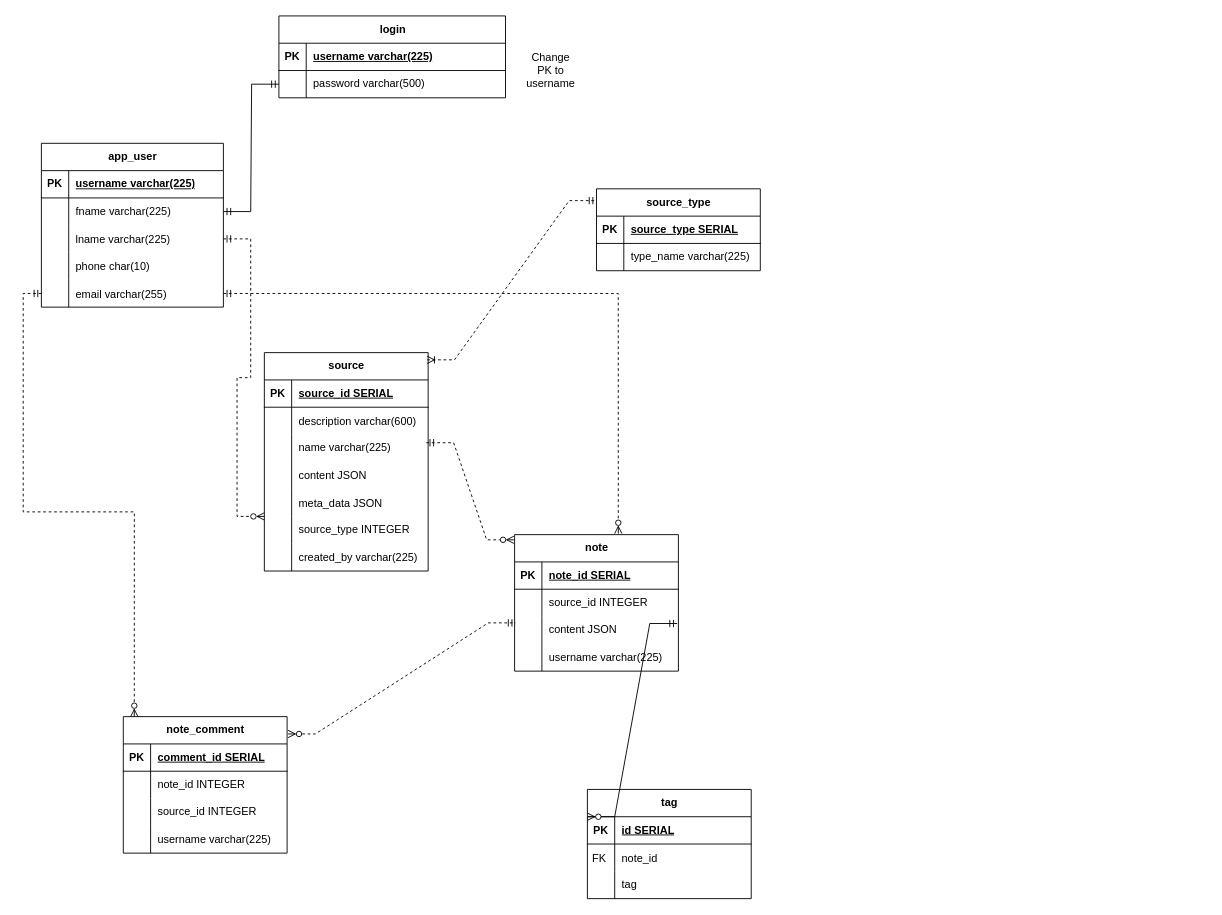
Earlier version of the draw.io diagram documentation/db_ER_diagram/CapstoneDB.drawio (Cwill124/Group3Spring2024Capstone). Source tidied: cells renumbered, new cells numbered last; positions are measured from the earlier drawing's top-left corner, leaving out a move shared by most shapes. Both pictures are drawn from the tidied source at 91%, with x=0, y=0 at pixel (41, 15).
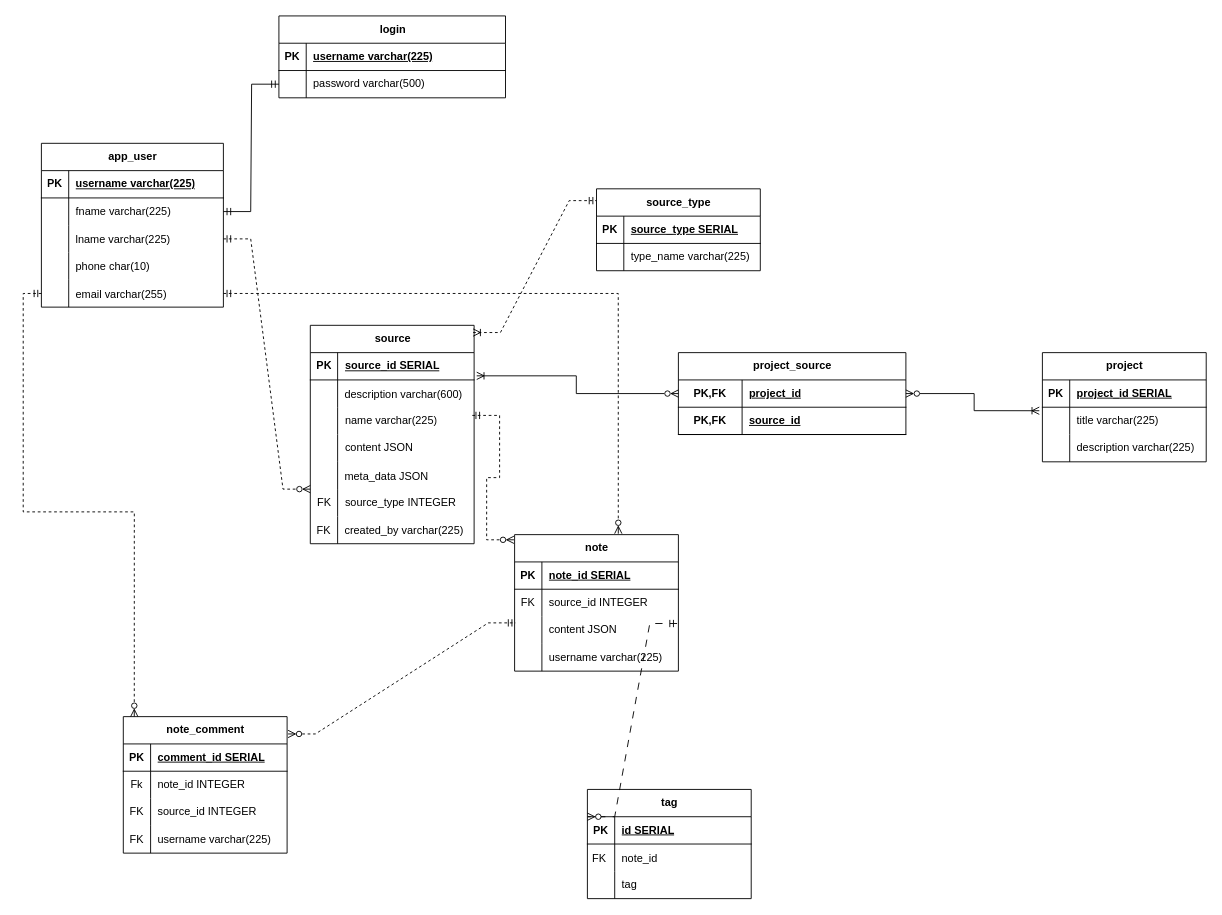
Above is the later version.

Commit message:
updated the ERD diagram

updated the ERD diagram to include a new project table and project_source table to allow the user story to create projects and export them

-Corey Williams

The change refers to these unchanged cells:
```xml
<mxCell id="29" style="shape=tableRow;horizontal=0;startSize=0;swimlaneHead=0;swimlaneBody=0;fillColor=none;points=[[0,0.5],[1,0.5]];portConstraint=eastwest;top=0;left=0;right=0;bottom=0;" parent="25" vertex="1">
  <mxGeometry y="60" width="180" height="30" as="geometry" />
</mxCell>
<mxCell id="41" style="shape=tableRow;horizontal=0;startSize=0;swimlaneHead=0;swimlaneBody=0;fillColor=none;points=[[0,0.5],[1,0.5]];portConstraint=eastwest;top=0;left=0;right=0;bottom=0;" parent="25" vertex="1">
  <mxGeometry y="180" width="180" height="30" as="geometry" />
</mxCell>
<mxCell id="44" style="shape=tableRow;horizontal=0;startSize=0;swimlaneHead=0;swimlaneBody=0;fillColor=none;top=0;left=0;right=0;bottom=0;" parent="25" vertex="1">
  <mxGeometry y="210" width="180" height="30" as="geometry" />
</mxCell>
<mxCell id="58" style="shape=tableRow;horizontal=0;startSize=0;swimlaneHead=0;swimlaneBody=0;fillColor=none;points=[[0,0.5],[1,0.5]];portConstraint=eastwest;top=0;left=0;right=0;bottom=0;" parent="54" vertex="1">
  <mxGeometry y="60" width="180" height="30" as="geometry" />
</mxCell>
<mxCell id="61" style="shape=tableRow;horizontal=0;startSize=0;swimlaneHead=0;swimlaneBody=0;fillColor=none;points=[[0,0.5],[1,0.5]];portConstraint=eastwest;top=0;left=0;right=0;bottom=0;" parent="54" vertex="1">
  <mxGeometry y="90" width="180" height="30" as="geometry" />
</mxCell>
<mxCell id="72" style="shape=tableRow;horizontal=0;startSize=0;swimlaneHead=0;swimlaneBody=0;fillColor=none;top=0;left=0;right=0;bottom=0;" parent="68" vertex="1">
  <mxGeometry y="60" width="180" height="30" as="geometry" />
</mxCell>
<mxCell id="75" style="shape=tableRow;horizontal=0;startSize=0;swimlaneHead=0;swimlaneBody=0;fillColor=none;top=0;left=0;right=0;bottom=0;" parent="68" vertex="1">
  <mxGeometry y="90" width="180" height="30" as="geometry" />
</mxCell>
<mxCell id="78" style="shape=tableRow;horizontal=0;startSize=0;swimlaneHead=0;swimlaneBody=0;fillColor=none;top=0;left=0;right=0;bottom=0;" parent="68" vertex="1">
  <mxGeometry y="120" width="180" height="30" as="geometry" />
</mxCell>
<mxCell id="88" value="tag" style="shape=table;startSize=30;childLayout=tableLayout;rowLines=0;fontStyle=1;align=center;html=1;" parent="1" vertex="1">
  <mxGeometry x="600" y="850" width="180" height="120" as="geometry" />
</mxCell>
```

What changed in the source:
```diff
@@
     <mxCell id="25" value="source" style="shape=table;startSize=30;childLayout=tableLayout;rowLines=0;fontStyle=1;align=center;html=1;" parent="1" vertex="1">
-      <mxGeometry x="245" y="370" width="180" height="240" as="geometry" />
+      <mxGeometry x="295.5" y="340" width="180" height="240" as="geometry" />
     </mxCell>
@@
-    <mxCell id="42" style="shape=partialRectangle;fillColor=none;top=0;left=0;bottom=0;right=0;overflow=hidden;whiteSpace=wrap;html=1;" parent="41" vertex="1">
+    <mxCell id="42" value="FK" style="shape=partialRectangle;fillColor=none;top=0;left=0;bottom=0;right=0;overflow=hidden;whiteSpace=wrap;html=1;" parent="41" vertex="1">
       <mxGeometry width="30" height="30" as="geometry" />
     </mxCell>
@@
-    <mxCell id="45" style="shape=partialRectangle;fillColor=none;top=0;left=0;bottom=0;right=0;overflow=hidden;" parent="44" vertex="1">
+    <mxCell id="45" value="FK" style="shape=partialRectangle;fillColor=none;top=0;left=0;bottom=0;right=0;overflow=hidden;" parent="44" vertex="1">
       <mxGeometry width="30" height="30" as="geometry" />
     </mxCell>
@@
-    <mxCell id="59" style="shape=partialRectangle;fillColor=none;top=0;left=0;bottom=0;right=0;overflow=hidden;whiteSpace=wrap;html=1;" parent="58" vertex="1">
+    <mxCell id="59" value="FK" style="shape=partialRectangle;fillColor=none;top=0;left=0;bottom=0;right=0;overflow=hidden;whiteSpace=wrap;html=1;" parent="58" vertex="1">
       <mxGeometry width="30" height="30" as="geometry" />
     </mxCell>
@@
-    <mxCell id="73" style="shape=partialRectangle;fillColor=none;top=0;left=0;bottom=0;right=0;overflow=hidden;whiteSpace=wrap;html=1;" parent="72" vertex="1">
+    <mxCell id="73" value="Fk" style="shape=partialRectangle;fillColor=none;top=0;left=0;bottom=0;right=0;overflow=hidden;whiteSpace=wrap;html=1;" parent="72" vertex="1">
       <mxGeometry width="30" height="30" as="geometry" />
     </mxCell>
@@
-    <mxCell id="76" style="shape=partialRectangle;fillColor=none;top=0;left=0;bottom=0;right=0;overflow=hidden;whiteSpace=wrap;html=1;" parent="75" vertex="1">
+    <mxCell id="76" value="FK" style="shape=partialRectangle;fillColor=none;top=0;left=0;bottom=0;right=0;overflow=hidden;whiteSpace=wrap;html=1;" parent="75" vertex="1">
       <mxGeometry width="30" height="30" as="geometry" />
     </mxCell>
@@
-    <mxCell id="79" style="shape=partialRectangle;fillColor=none;top=0;left=0;bottom=0;right=0;overflow=hidden;whiteSpace=wrap;html=1;" parent="78" vertex="1">
+    <mxCell id="79" value="FK" style="shape=partialRectangle;fillColor=none;top=0;left=0;bottom=0;right=0;overflow=hidden;whiteSpace=wrap;html=1;" parent="78" vertex="1">
       <mxGeometry width="30" height="30" as="geometry" />
     </mxCell>
@@
-    <mxCell id="87" value="Change PK to username" style="text;html=1;strokeColor=none;fillColor=none;align=center;verticalAlign=middle;whiteSpace=wrap;rounded=0;" parent="1" vertex="1">
-      <mxGeometry x="530" y="45" width="60" height="30" as="geometry" />
-    </mxCell>
@@
-    <mxCell id="98" style="edgeStyle=entityRelationEdgeStyle;fontSize=12;html=1;endArrow=ERzeroToMany;startArrow=ERmandOne;rounded=0;exitX=0.992;exitY=0.256;exitDx=0;exitDy=0;exitPerimeter=0;entryX=0;entryY=0.25;entryDx=0;entryDy=0;" parent="1" edge="1" source="61" target="88">
+    <mxCell id="98" style="edgeStyle=entityRelationEdgeStyle;fontSize=12;html=1;endArrow=ERzeroToMany;startArrow=ERmandOne;rounded=0;exitX=0.992;exitY=0.256;exitDx=0;exitDy=0;exitPerimeter=0;entryX=0;entryY=0.25;entryDx=0;entryDy=0;dashed=1;dashPattern=8 8;" parent="1" edge="1" source="61" target="88">
       <mxGeometry relative="1" as="geometry" />
     </mxCell>
+    <mxCell id="99" value="project" style="shape=table;startSize=30;childLayout=tableLayout;rowLines=0;fontStyle=1;align=center;html=1;" parent="1" vertex="1">
+      <mxGeometry x="1100" y="370" width="180" height="120" as="geometry" />
+    </mxCell>
+    <mxCell id="100" style="shape=tableRow;horizontal=0;startSize=0;swimlaneHead=0;swimlaneBody=0;fillColor=none;top=0;left=0;right=0;bottom=1;" parent="99" vertex="1">
+      <mxGeometry y="30" width="180" height="30" as="geometry" />
+    </mxCell>
+    <mxCell id="101" value="PK" style="shape=partialRectangle;fillColor=none;top=0;left=0;bottom=0;right=0;fontStyle=1;overflow=hidden;whiteSpace=wrap;html=1;" parent="100" vertex="1">
+      <mxGeometry width="30" height="30" as="geometry" />
+    </mxCell>
+    <mxCell id="102" value="project_id SERIAL" style="shape=partialRectangle;fillColor=none;top=0;left=0;bottom=0;right=0;align=left;spacingLeft=6;fontStyle=5;overflow=hidden;whiteSpace=wrap;html=1;" parent="100" vertex="1">
+      <mxGeometry x="30" width="150" height="30" as="geometry" />
+    </mxCell>
+    <mxCell id="103" style="shape=tableRow;horizontal=0;startSize=0;swimlaneHead=0;swimlaneBody=0;fillColor=none;points=[[0,0.5],[1,0.5]];portConstraint=eastwest;top=0;left=0;right=0;bottom=0;" parent="99" vertex="1">
+      <mxGeometry y="60" width="180" height="30" as="geometry" />
+    </mxCell>
+    <mxCell id="104" style="shape=partialRectangle;fillColor=none;top=0;left=0;bottom=0;right=0;overflow=hidden;whiteSpace=wrap;html=1;" parent="103" vertex="1">
+      <mxGeometry width="30" height="30" as="geometry" />
+    </mxCell>
+    <mxCell id="105" value="title varchar(225)" style="shape=partialRectangle;fillColor=none;top=0;left=0;bottom=0;right=0;align=left;spacingLeft=6;overflow=hidden;whiteSpace=wrap;html=1;" parent="103" vertex="1">
+      <mxGeometry x="30" width="150" height="30" as="geometry" />
+    </mxCell>
+    <mxCell id="106" style="shape=tableRow;horizontal=0;startSize=0;swimlaneHead=0;swimlaneBody=0;fillColor=none;top=0;left=0;right=0;bottom=0;" parent="99" vertex="1">
+      <mxGeometry y="90" width="180" height="30" as="geometry" />
+    </mxCell>
+    <mxCell id="107" style="shape=partialRectangle;fillColor=none;top=0;left=0;bottom=0;right=0;overflow=hidden;whiteSpace=wrap;html=1;" parent="106" vertex="1">
+      <mxGeometry width="30" height="30" as="geometry" />
+    </mxCell>
+    <mxCell id="108" value="description varchar(225)" style="shape=partialRectangle;fillColor=none;top=0;left=0;bottom=0;right=0;align=left;spacingLeft=6;overflow=hidden;whiteSpace=wrap;html=1;" parent="106" vertex="1">
+      <mxGeometry x="30" width="150" height="30" as="geometry" />
+    </mxCell>
+    <mxCell id="109" value="project_source" style="shape=table;startSize=30;childLayout=tableLayout;rowLines=0;fontStyle=1;align=center;html=1;" parent="1" vertex="1">
+      <mxGeometry x="700" y="370" width="250" height="90" as="geometry" />
+    </mxCell>
+    <mxCell id="110" style="shape=tableRow;horizontal=0;startSize=0;swimlaneHead=0;swimlaneBody=0;fillColor=none;points=[[0,0.5],[1,0.5]];portConstraint=eastwest;top=0;left=0;right=0;bottom=1;" parent="109" vertex="1">
+      <mxGeometry y="30" width="250" height="30" as="geometry" />
+    </mxCell>
+    <mxCell id="111" value="PK,FK" style="shape=partialRectangle;fillColor=none;top=0;left=0;bottom=0;right=0;fontStyle=1;overflow=hidden;whiteSpace=wrap;html=1;" parent="110" vertex="1">
+      <mxGeometry width="70" height="30" as="geometry" />
+    </mxCell>
+    <mxCell id="112" value="project_id" style="shape=partialRectangle;fillColor=none;top=0;left=0;bottom=0;right=0;align=left;spacingLeft=6;fontStyle=5;overflow=hidden;whiteSpace=wrap;html=1;" parent="110" vertex="1">
+      <mxGeometry x="70" width="180" height="30" as="geometry" />
+    </mxCell>
+    <mxCell id="113" style="shape=tableRow;horizontal=0;startSize=0;swimlaneHead=0;swimlaneBody=0;fillColor=none;top=0;left=0;right=0;bottom=1;" parent="109" vertex="1">
+      <mxGeometry y="60" width="250" height="30" as="geometry" />
+    </mxCell>
+    <mxCell id="114" value="PK,FK" style="shape=partialRectangle;fillColor=none;top=0;left=0;bottom=0;right=0;fontStyle=1;overflow=hidden;whiteSpace=wrap;html=1;" parent="113" vertex="1">
+      <mxGeometry width="70" height="30" as="geometry" />
+    </mxCell>
+    <mxCell id="115" value="source_id" style="shape=partialRectangle;fillColor=none;top=0;left=0;bottom=0;right=0;align=left;spacingLeft=6;fontStyle=5;overflow=hidden;whiteSpace=wrap;html=1;" parent="113" vertex="1">
+      <mxGeometry x="70" width="180" height="30" as="geometry" />
+    </mxCell>
+    <mxCell id="116" style="edgeStyle=orthogonalEdgeStyle;rounded=0;jettySize=auto;html=1;exitX=1;exitY=0.5;exitDx=0;exitDy=0;entryX=-0.019;entryY=0.128;entryDx=0;entryDy=0;entryPerimeter=0;endArrow=ERoneToMany;endFill=0;startArrow=ERzeroToMany;startFill=0;" parent="1" edge="1" source="110" target="103">
+      <mxGeometry relative="1" as="geometry" />
+    </mxCell>
+    <mxCell id="117" style="edgeStyle=orthogonalEdgeStyle;rounded=0;jettySize=auto;html=1;exitX=0;exitY=0.5;exitDx=0;exitDy=0;entryX=1.016;entryY=-0.15;entryDx=0;entryDy=0;entryPerimeter=0;endArrow=ERoneToMany;endFill=0;startArrow=ERzeroToMany;startFill=0;" parent="1" edge="1" source="110" target="29">
+      <mxGeometry relative="1" as="geometry" />
+    </mxCell>
```
